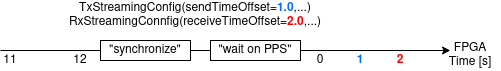
The draw.io diagram docs/images/streaming_configs_timeline_gneral.png in Barkhausen-Institut/usrp_uhd_wrapper, before a commit. Source tidied: cells renumbered, new cells last; positions are measured from the earlier drawing's top-left corner, leaving out a move shared by most shapes.
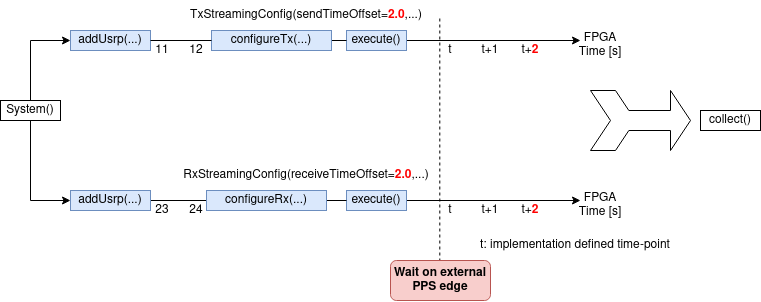
Later version of the same file.

What changed in the source:
```diff
@@ -8,36 +8,109 @@
       </mxGeometry>
     </mxCell>
     <mxCell id="3" value="11" style="text;html=1;strokeColor=none;fillColor=none;align=center;verticalAlign=middle;whiteSpace=wrap;rounded=0;" parent="1" vertex="1">
-      <mxGeometry y="50" width="20" height="20" as="geometry" />
+      <mxGeometry x="22" y="50" width="20" height="20" as="geometry" />
     </mxCell>
     <mxCell id="4" value="12" style="text;html=1;strokeColor=none;fillColor=none;align=center;verticalAlign=middle;whiteSpace=wrap;rounded=0;" parent="1" vertex="1">
-      <mxGeometry x="70" y="50" width="20" height="20" as="geometry" />
+      <mxGeometry x="56" y="50" width="20" height="20" as="geometry" />
     </mxCell>
-    <mxCell id="5" value="&quot;wait on PPS&quot;" style="rounded=0;whiteSpace=wrap;html=1;" parent="1" vertex="1">
-      <mxGeometry x="210" y="40" width="90" height="20" as="geometry" />
-    </mxCell>
-    <mxCell id="6" value="&quot;synchronize&quot;" style="rounded=0;whiteSpace=wrap;html=1;" parent="1" vertex="1">
-      <mxGeometry x="100" y="40" width="90" height="20" as="geometry" />
+    <mxCell id="6" value="execute()" style="rounded=0;whiteSpace=wrap;html=1;fillColor=#dae8fc;strokeColor=#6c8ebf;" parent="1" vertex="1">
+      <mxGeometry x="216" y="40" width="60" height="20" as="geometry" />
     </mxCell>
-    <mxCell id="7" style="endArrow=none;html=1;rounded=0;" parent="1" edge="1" target="6">
-      <mxGeometry relative="1" as="geometry">
-        <mxPoint y="50" as="sourcePoint" />
-      </mxGeometry>
+    <mxCell id="7" style="endArrow=none;html=1;rounded=0;startArrow=none;" parent="1" edge="1" source="5" target="6">
+      <mxGeometry relative="1" as="geometry" />
     </mxCell>
-    <mxCell id="8" value="0" style="text;html=1;strokeColor=none;fillColor=none;align=center;verticalAlign=middle;whiteSpace=wrap;rounded=0;" parent="1" vertex="1">
+    <mxCell id="8" value="t" style="text;html=1;strokeColor=none;fillColor=none;align=center;verticalAlign=middle;whiteSpace=wrap;rounded=0;" parent="1" vertex="1">
       <mxGeometry x="310" y="50" width="20" height="20" as="geometry" />
     </mxCell>
-    <mxCell id="9" value="&lt;font color=&quot;#006FFF&quot;&gt;&lt;b&gt;1&lt;/b&gt;&lt;/font&gt;" style="text;html=1;strokeColor=none;fillColor=none;align=center;verticalAlign=middle;whiteSpace=wrap;rounded=0;" parent="1" vertex="1">
+    <mxCell id="9" value="t+1" style="text;html=1;strokeColor=none;fillColor=none;align=center;verticalAlign=middle;whiteSpace=wrap;rounded=0;" parent="1" vertex="1">
       <mxGeometry x="350" y="50" width="20" height="20" as="geometry" />
     </mxCell>
-    <mxCell id="10" value="&lt;div&gt;TxStreamingConfig(sendTimeOffset=&lt;font color=&quot;#006FFF&quot;&gt;&lt;b&gt;1.0&lt;/b&gt;&lt;/font&gt;,...)&lt;/div&gt;&lt;div&gt;RxStreamingConnfig(receiveTimeOffset=&lt;b&gt;&lt;font color=&quot;#FF0000&quot;&gt;2.0&lt;/font&gt;&lt;/b&gt;,...)&lt;br&gt;&lt;/div&gt;" style="text;html=1;strokeColor=none;fillColor=none;align=center;verticalAlign=middle;whiteSpace=wrap;rounded=0;" parent="1" vertex="1">
-      <mxGeometry x="165" width="60" height="30" as="geometry" />
+    <mxCell id="10" value="&lt;div&gt;TxStreamingConfig(sendTimeOffset=&lt;font color=&quot;#FF0000&quot;&gt;&lt;b&gt;2.0&lt;/b&gt;&lt;/font&gt;,...)&lt;/div&gt;" style="text;html=1;strokeColor=none;fillColor=none;align=center;verticalAlign=middle;whiteSpace=wrap;rounded=0;" parent="1" vertex="1">
+      <mxGeometry x="146" y="10" width="60" height="30" as="geometry" />
     </mxCell>
-    <mxCell id="11" value="&lt;font color=&quot;#FF0000&quot;&gt;&lt;b&gt;2&lt;/b&gt;&lt;/font&gt;" style="text;html=1;strokeColor=none;fillColor=none;align=center;verticalAlign=middle;whiteSpace=wrap;rounded=0;" parent="1" vertex="1">
+    <mxCell id="11" value="t+&lt;font color=&quot;#FF0000&quot;&gt;&lt;b&gt;2&lt;/b&gt;&lt;/font&gt;" style="text;html=1;strokeColor=none;fillColor=none;align=center;verticalAlign=middle;whiteSpace=wrap;rounded=0;" parent="1" vertex="1">
       <mxGeometry x="390" y="50" width="20" height="20" as="geometry" />
     </mxCell>
     <mxCell id="12" value="FPGA Time [s]" style="text;html=1;strokeColor=none;fillColor=none;align=center;verticalAlign=middle;whiteSpace=wrap;rounded=0;fontSize=12;fontColor=#000000;" parent="1" vertex="1">
       <mxGeometry x="440" y="40" width="60" height="30" as="geometry" />
     </mxCell>
+    <mxCell id="13" style="endArrow=classic;html=1;rounded=0;startArrow=none;" parent="1" edge="1" source="16">
+      <mxGeometry relative="1" as="geometry">
+        <mxPoint x="450" y="210" as="targetPoint" />
+      </mxGeometry>
+    </mxCell>
+    <mxCell id="14" value="23" style="text;html=1;strokeColor=none;fillColor=none;align=center;verticalAlign=middle;whiteSpace=wrap;rounded=0;" parent="1" vertex="1">
+      <mxGeometry x="22" y="210" width="20" height="20" as="geometry" />
+    </mxCell>
+    <mxCell id="15" value="24" style="text;html=1;strokeColor=none;fillColor=none;align=center;verticalAlign=middle;whiteSpace=wrap;rounded=0;" parent="1" vertex="1">
+      <mxGeometry x="56" y="210" width="20" height="20" as="geometry" />
+    </mxCell>
+    <mxCell id="16" value="execute()" style="rounded=0;whiteSpace=wrap;html=1;fillColor=#dae8fc;strokeColor=#6c8ebf;" parent="1" vertex="1">
+      <mxGeometry x="216" y="200" width="60" height="20" as="geometry" />
+    </mxCell>
+    <mxCell id="17" style="endArrow=none;html=1;rounded=0;" parent="1" edge="1" target="16">
+      <mxGeometry relative="1" as="geometry">
+        <mxPoint y="210" as="sourcePoint" />
+      </mxGeometry>
+    </mxCell>
+    <mxCell id="18" value="t" style="text;html=1;strokeColor=none;fillColor=none;align=center;verticalAlign=middle;whiteSpace=wrap;rounded=0;" parent="1" vertex="1">
+      <mxGeometry x="310" y="210" width="20" height="20" as="geometry" />
+    </mxCell>
+    <mxCell id="19" value="&lt;div&gt;RxStreamingConfig(receiveTimeOffset=&lt;b&gt;&lt;font color=&quot;#FF0000&quot;&gt;2.0&lt;/font&gt;&lt;/b&gt;,...)&lt;br&gt;&lt;/div&gt;" style="text;html=1;strokeColor=none;fillColor=none;align=center;verticalAlign=middle;whiteSpace=wrap;rounded=0;" parent="1" vertex="1">
+      <mxGeometry x="146" y="170" width="60" height="30" as="geometry" />
+    </mxCell>
+    <mxCell id="20" value="t+&lt;font color=&quot;#FF0000&quot;&gt;&lt;b&gt;2&lt;/b&gt;&lt;/font&gt;" style="text;html=1;strokeColor=none;fillColor=none;align=center;verticalAlign=middle;whiteSpace=wrap;rounded=0;" parent="1" vertex="1">
+      <mxGeometry x="390" y="210" width="20" height="20" as="geometry" />
+    </mxCell>
+    <mxCell id="21" value="FPGA Time [s]" style="text;html=1;strokeColor=none;fillColor=none;align=center;verticalAlign=middle;whiteSpace=wrap;rounded=0;fontSize=12;fontColor=#000000;" parent="1" vertex="1">
+      <mxGeometry x="440" y="200" width="60" height="30" as="geometry" />
+    </mxCell>
+    <mxCell id="22" value="t: implementation defined time-point" style="text;html=1;strokeColor=none;fillColor=none;align=center;verticalAlign=middle;whiteSpace=wrap;rounded=0;" parent="1" vertex="1">
+      <mxGeometry x="340" y="240" width="210" height="30" as="geometry" />
+    </mxCell>
+    <mxCell id="23" style="edgeStyle=orthogonalEdgeStyle;rounded=0;jettySize=auto;html=1;exitX=0.5;exitY=1;exitDx=0;exitDy=0;entryX=0;entryY=0.5;entryDx=0;entryDy=0;" parent="1" edge="1" source="25" target="27">
+      <mxGeometry relative="1" as="geometry" />
+    </mxCell>
+    <mxCell id="24" style="edgeStyle=orthogonalEdgeStyle;rounded=0;jettySize=auto;html=1;exitX=0.5;exitY=0;exitDx=0;exitDy=0;entryX=0;entryY=0.5;entryDx=0;entryDy=0;" parent="1" edge="1" source="25" target="26">
+      <mxGeometry relative="1" as="geometry" />
+    </mxCell>
+    <mxCell id="25" value="System()" style="rounded=0;whiteSpace=wrap;html=1;" parent="1" vertex="1">
+      <mxGeometry x="-130" y="110" width="60" height="20" as="geometry" />
+    </mxCell>
+    <mxCell id="26" value="addUsrp(...)" style="rounded=0;whiteSpace=wrap;html=1;fillColor=#dae8fc;strokeColor=#6c8ebf;" parent="1" vertex="1">
+      <mxGeometry x="-60" y="40" width="80" height="20" as="geometry" />
+    </mxCell>
+    <mxCell id="27" value="addUsrp(...)" style="rounded=0;whiteSpace=wrap;html=1;fillColor=#dae8fc;strokeColor=#6c8ebf;" parent="1" vertex="1">
+      <mxGeometry x="-60" y="200" width="80" height="20" as="geometry" />
+    </mxCell>
+    <mxCell id="28" value="configureRx(...)" style="rounded=0;whiteSpace=wrap;html=1;fillColor=#dae8fc;strokeColor=#6c8ebf;" parent="1" vertex="1">
+      <mxGeometry x="76" y="200" width="120" height="20" as="geometry" />
+    </mxCell>
+    <mxCell id="5" value="configureTx(...)" style="rounded=0;whiteSpace=wrap;html=1;fillColor=#dae8fc;strokeColor=#6c8ebf;" parent="1" vertex="1">
+      <mxGeometry x="81" y="40" width="120" height="20" as="geometry" />
+    </mxCell>
+    <mxCell id="29" style="endArrow=none;html=1;rounded=0;" parent="1" edge="1" target="5">
+      <mxGeometry relative="1" as="geometry">
+        <mxPoint x="20" y="50" as="sourcePoint" />
+      </mxGeometry>
+    </mxCell>
+    <mxCell id="30" value="collect()" style="rounded=0;whiteSpace=wrap;html=1;" parent="1" vertex="1">
+      <mxGeometry x="570" y="120" width="60" height="20" as="geometry" />
+    </mxCell>
+    <mxCell id="31" style="html=1;shadow=0;dashed=0;align=center;verticalAlign=middle;shape=mxgraph.arrows2.tailedNotchedArrow;dy1=10;dx1=20;notch=20;arrowHead=20;dx2=25;dy2=30;" parent="1" vertex="1">
+      <mxGeometry x="460" y="100" width="100" height="60" as="geometry" />
+    </mxCell>
+    <mxCell id="32" style="endArrow=none;html=1;rounded=0;fontColor=#97D077;dashed=1;" parent="1" edge="1">
+      <mxGeometry relative="1" as="geometry">
+        <mxPoint x="309.3" y="295" as="sourcePoint" />
+        <mxPoint x="309.3" y="25" as="targetPoint" />
+      </mxGeometry>
+    </mxCell>
+    <mxCell id="33" value="&lt;b&gt;Wait on external PPS edge&lt;br&gt;&lt;/b&gt;" style="rounded=1;whiteSpace=wrap;html=1;fillColor=#f8cecc;strokeColor=#b85450;" parent="1" vertex="1">
+      <mxGeometry x="260" y="270" width="100" height="40" as="geometry" />
+    </mxCell>
+    <mxCell id="34" value="t+1" style="text;html=1;strokeColor=none;fillColor=none;align=center;verticalAlign=middle;whiteSpace=wrap;rounded=0;" parent="1" vertex="1">
+      <mxGeometry x="350" y="210" width="20" height="20" as="geometry" />
+    </mxCell>
   </root>
 </mxGraphModel>
```
